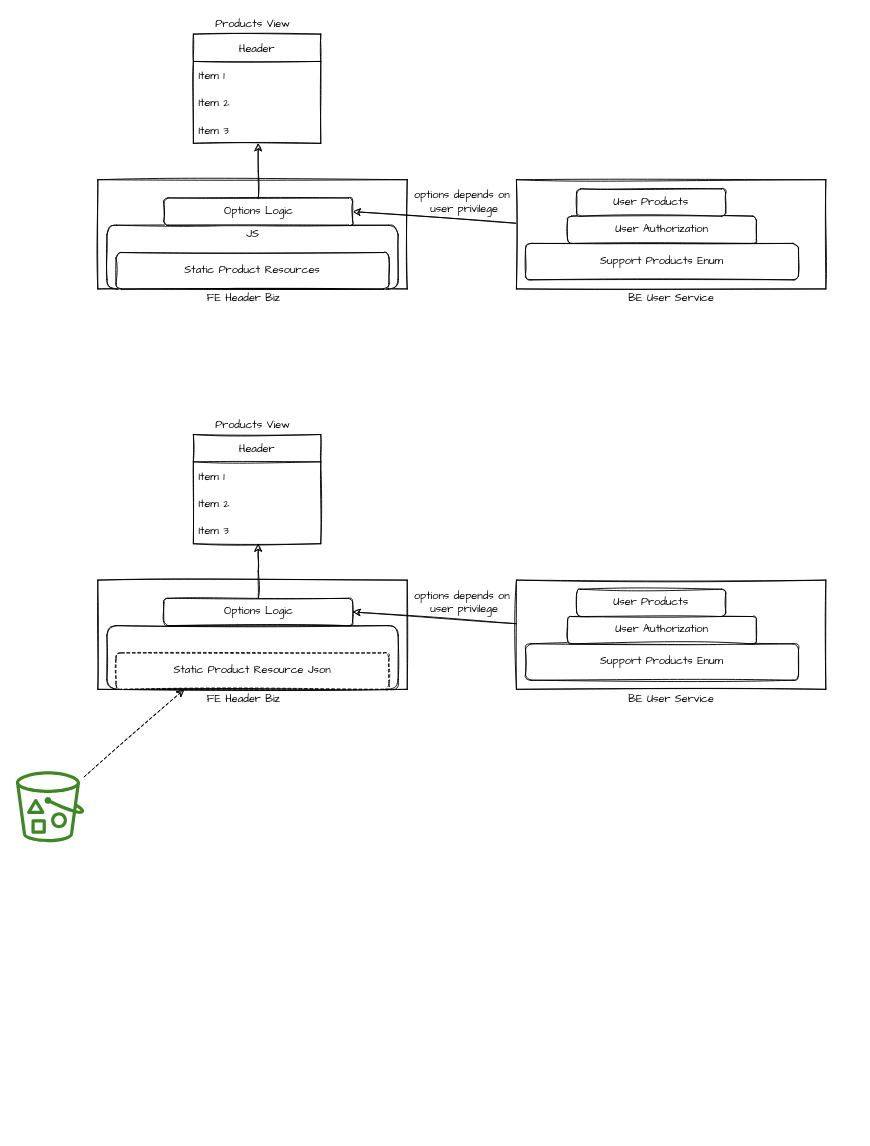
yindongjun/gangzhang.github.io keeps this draw.io diagram as header redesign.drawio. Above is the earlier version. Source tidied: cells renumbered, new cells numbered last; positions are measured from the earlier drawing's top-left corner, leaving out a move shared by most shapes. Both pictures are drawn from the tidied source at 91%, with x=0, y=0 at pixel (15, 15).
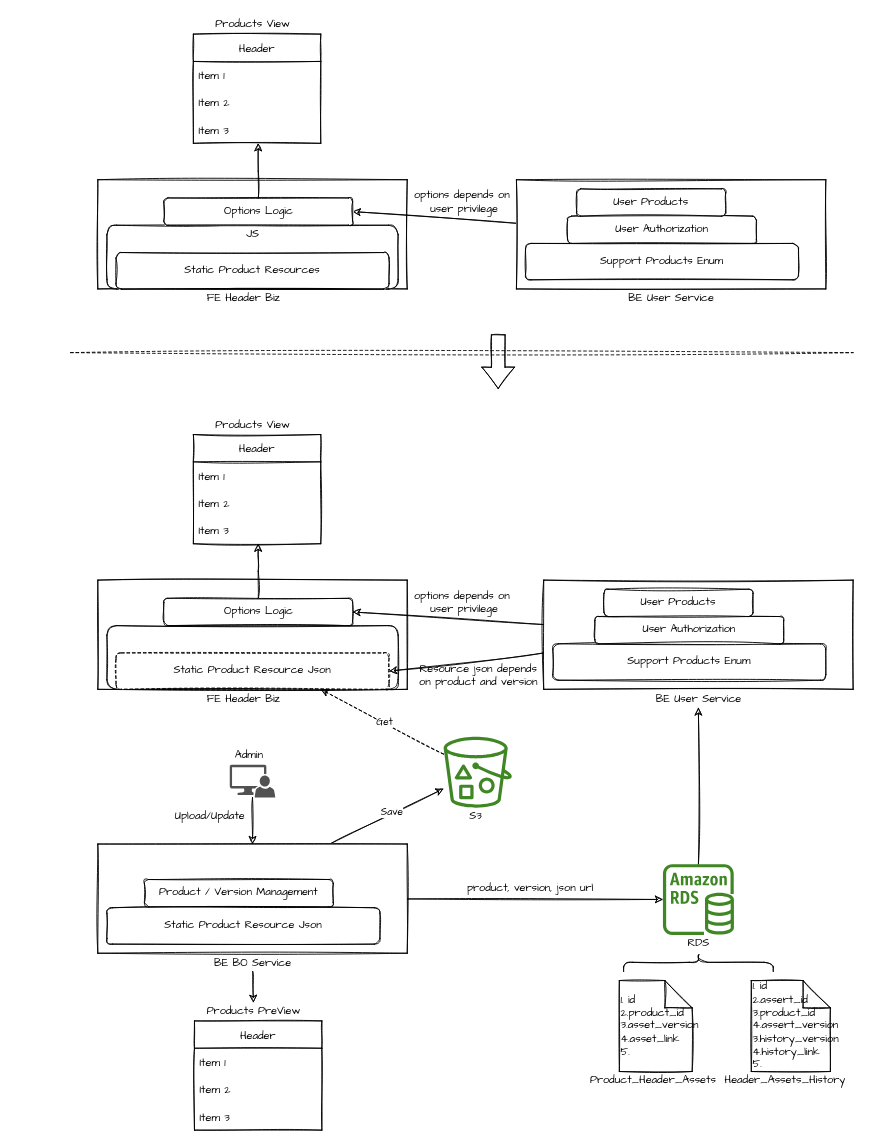
The same page after the edit.

The change refers to these unchanged cells:
```xml
<mxCell id="37" value="Static Product Resource Json" style="rounded=1;whiteSpace=wrap;html=1;sketch=1;fontFamily=Comic Sans MS;dashed=1;" parent="1" vertex="1">
  <mxGeometry x="110" y="700" width="300" height="40" as="geometry" />
</mxCell>
```

What changed in the source:
```diff
@@
+    <mxCell id="41" style="edgeStyle=none;rounded=0;sketch=1;jettySize=auto;html=1;entryX=1;entryY=0.5;entryDx=0;entryDy=0;fontFamily=Comic Sans MS;" parent="1" edge="1" source="24" target="37">
+      <mxGeometry relative="1" as="geometry" />
+    </mxCell>
     <mxCell id="24" style="rounded=0;whiteSpace=wrap;html=1;sketch=1;" parent="1" vertex="1">
-      <mxGeometry x="550" y="620" width="340" height="120" as="geometry" />
+      <mxGeometry x="580" y="620" width="340" height="120" as="geometry" />
     </mxCell>
     <mxCell id="25" value="&lt;font face=&quot;Comic Sans MS&quot;&gt;BE User Service&lt;/font&gt;" style="text;html=1;align=center;verticalAlign=middle;points=[];strokeColor=none;fillColor=none;" parent="1" vertex="1">
-      <mxGeometry x="665" y="740" width="110" height="20" as="geometry" />
+      <mxGeometry x="695" y="740" width="110" height="20" as="geometry" />
     </mxCell>
@@
     <mxCell id="34" value="Support Products Enum" style="rounded=1;whiteSpace=wrap;html=1;sketch=1;fontFamily=Comic Sans MS;" parent="1" vertex="1">
-      <mxGeometry x="560" y="690" width="300" height="40" as="geometry" />
+      <mxGeometry x="590" y="690" width="300" height="40" as="geometry" />
     </mxCell>
     <mxCell id="35" value="User Authorization" style="rounded=1;whiteSpace=wrap;html=1;sketch=1;fontFamily=Comic Sans MS;" parent="1" vertex="1">
-      <mxGeometry x="606.2" y="660" width="207.5" height="30" as="geometry" />
+      <mxGeometry x="636.2" y="660" width="207.5" height="30" as="geometry" />
     </mxCell>
     <mxCell id="36" value="User Products" style="rounded=1;whiteSpace=wrap;html=1;sketch=1;fontFamily=Comic Sans MS;" parent="1" vertex="1">
-      <mxGeometry x="616.2" y="630" width="163.8" height="30" as="geometry" />
+      <mxGeometry x="646.2" y="630" width="163.8" height="30" as="geometry" />
     </mxCell>
@@
-    <mxCell id="39" style="edgeStyle=none;rounded=0;sketch=1;jettySize=auto;html=1;entryX=0.25;entryY=1;entryDx=0;entryDy=0;fontFamily=Comic Sans MS;dashed=1;" parent="1" edge="1" source="40" target="37">
+    <mxCell id="39" style="edgeStyle=none;rounded=0;sketch=1;jettySize=auto;html=1;entryX=0.75;entryY=1;entryDx=0;entryDy=0;fontFamily=Comic Sans MS;dashed=1;" parent="1" edge="1" source="40" target="37">
       <mxGeometry relative="1" as="geometry" />
     </mxCell>
+    <mxCell id="42" value="Get" style="edgeLabel;html=1;align=center;verticalAlign=middle;fontFamily=Comic Sans MS;" parent="39" vertex="1">
+      <mxGeometry x="-0.02" y="-1" relative="1" as="geometry" />
+    </mxCell>
     <mxCell id="40" style="sketch=0;outlineConnect=0;fontColor=#232F3E;gradientColor=none;fillColor=#3F8624;strokeColor=none;dashed=0;verticalLabelPosition=bottom;verticalAlign=top;align=center;html=1;fontSize=12;fontStyle=0;shape=mxgraph.aws4.bucket_with_objects;fontFamily=Comic Sans MS;" parent="1" vertex="1">
-      <mxGeometry y="830" width="75" height="78" as="geometry" />
+      <mxGeometry x="470" y="792" width="75" height="78" as="geometry" />
     </mxCell>
+    <mxCell id="43" value="S3" style="text;html=1;align=center;verticalAlign=middle;strokeColor=none;fillColor=none;fontFamily=Comic Sans MS;" parent="1" vertex="1">
+      <mxGeometry x="490" y="870" width="30" height="20" as="geometry" />
+    </mxCell>
+    <mxCell id="44" style="edgeStyle=none;rounded=0;sketch=1;jettySize=auto;html=1;fontFamily=Comic Sans MS;exitX=0.75;exitY=0;exitDx=0;exitDy=0;" parent="1" edge="1" source="47" target="40">
+      <mxGeometry relative="1" as="geometry" />
+    </mxCell>
+    <mxCell id="45" value="Save" style="edgeLabel;html=1;align=center;verticalAlign=middle;fontFamily=Comic Sans MS;" parent="44" vertex="1">
+      <mxGeometry x="0.1" y="1" relative="1" as="geometry">
+        <mxPoint y="-1" as="offset" />
+      </mxGeometry>
+    </mxCell>
+    <mxCell id="46" style="edgeStyle=none;rounded=0;sketch=1;jettySize=auto;html=1;fontFamily=Comic Sans MS;" parent="1" edge="1" source="47" target="57">
+      <mxGeometry relative="1" as="geometry" />
+    </mxCell>
+    <mxCell id="47" style="rounded=0;whiteSpace=wrap;html=1;sketch=1;" parent="1" vertex="1">
+      <mxGeometry x="90" y="910" width="340" height="120" as="geometry" />
+    </mxCell>
+    <mxCell id="48" style="edgeStyle=none;rounded=0;sketch=1;jettySize=auto;html=1;fontFamily=Comic Sans MS;" parent="1" edge="1" source="49" target="65">
+      <mxGeometry relative="1" as="geometry" />
+    </mxCell>
+    <mxCell id="49" value="&lt;font face=&quot;Comic Sans MS&quot;&gt;BE BO Service&lt;/font&gt;" style="text;html=1;align=center;verticalAlign=middle;points=[];strokeColor=none;fillColor=none;" parent="1" vertex="1">
+      <mxGeometry x="210" y="1030" width="100" height="20" as="geometry" />
+    </mxCell>
+    <mxCell id="50" value="Static Product Resource Json" style="rounded=1;whiteSpace=wrap;html=1;sketch=1;fontFamily=Comic Sans MS;" parent="1" vertex="1">
+      <mxGeometry x="100" y="980" width="300" height="40" as="geometry" />
+    </mxCell>
+    <mxCell id="51" style="edgeStyle=none;rounded=0;sketch=1;jettySize=auto;html=1;fontFamily=Comic Sans MS;" parent="1" edge="1" source="52" target="47">
+      <mxGeometry relative="1" as="geometry" />
+    </mxCell>
+    <mxCell id="52" style="sketch=0;shadow=0;dashed=0;html=1;strokeColor=none;labelPosition=center;verticalLabelPosition=bottom;verticalAlign=top;align=center;fillColor=#515151;shape=mxgraph.mscae.system_center.admin_console;fontFamily=Comic Sans MS;" parent="1" vertex="1">
+      <mxGeometry x="235" y="823" width="50" height="36" as="geometry" />
+    </mxCell>
+    <mxCell id="53" value="Admin" style="text;html=1;align=center;verticalAlign=middle;strokeColor=none;fillColor=none;fontFamily=Comic Sans MS;" parent="1" vertex="1">
+      <mxGeometry x="231" y="803" width="50" height="20" as="geometry" />
+    </mxCell>
+    <mxCell id="54" value="Upload/Update" style="text;html=1;align=center;verticalAlign=middle;strokeColor=none;fillColor=none;fontFamily=Comic Sans MS;" parent="1" vertex="1">
+      <mxGeometry x="162.5" y="870" width="100" height="20" as="geometry" />
+    </mxCell>
+    <mxCell id="55" value="Product / Version Management" style="rounded=1;whiteSpace=wrap;html=1;sketch=1;fontFamily=Comic Sans MS;" parent="1" vertex="1">
+      <mxGeometry x="141.2" y="949" width="207.5" height="30" as="geometry" />
+    </mxCell>
+    <mxCell id="56" style="edgeStyle=none;rounded=0;sketch=1;jettySize=auto;html=1;fontFamily=Comic Sans MS;" parent="1" edge="1" source="57" target="25">
+      <mxGeometry relative="1" as="geometry" />
+    </mxCell>
+    <mxCell id="57" style="sketch=0;outlineConnect=0;fontColor=#232F3E;gradientColor=none;fillColor=#3F8624;strokeColor=none;dashed=0;verticalLabelPosition=bottom;verticalAlign=top;align=center;html=1;fontSize=12;fontStyle=0;shape=mxgraph.aws4.rds_instance;fontFamily=Comic Sans MS;" parent="1" vertex="1">
+      <mxGeometry x="711" y="932" width="78" height="78" as="geometry" />
+    </mxCell>
+    <mxCell id="58" value="RDS" style="text;html=1;align=center;verticalAlign=middle;strokeColor=none;fillColor=none;fontFamily=Comic Sans MS;" parent="1" vertex="1">
+      <mxGeometry x="730" y="1010" width="40" height="20" as="geometry" />
+    </mxCell>
+    <mxCell id="59" value="product, version, json url" style="text;html=1;align=center;verticalAlign=middle;strokeColor=none;fillColor=none;fontFamily=Comic Sans MS;" parent="1" vertex="1">
+      <mxGeometry x="485" y="949" width="160" height="20" as="geometry" />
+    </mxCell>
+    <mxCell id="60" value="Resource json depends &lt;br&gt;on product and version" style="text;html=1;align=center;verticalAlign=middle;strokeColor=none;fillColor=none;fontFamily=Comic Sans MS;" parent="1" vertex="1">
+      <mxGeometry x="437.5" y="710" width="140" height="30" as="geometry" />
+    </mxCell>
+    <mxCell id="61" value="Header" style="swimlane;fontStyle=0;horizontal=1;startSize=30;sketch=1;fontFamily=Comic Sans MS;" parent="1" vertex="1">
+      <mxGeometry x="196.2" y="1104.4" width="140" height="120" as="geometry" />
+    </mxCell>
+    <mxCell id="62" value="Item 1" style="text;strokeColor=none;fillColor=none;align=left;verticalAlign=middle;spacingLeft=4;spacingRight=4;overflow=hidden;sketch=1;fontFamily=Comic Sans MS;" parent="61" vertex="1">
+      <mxGeometry y="30" width="140" height="30" as="geometry" />
+    </mxCell>
+    <mxCell id="63" value="Item 2" style="text;strokeColor=none;fillColor=none;align=left;verticalAlign=middle;spacingLeft=4;spacingRight=4;overflow=hidden;sketch=1;fontFamily=Comic Sans MS;" parent="61" vertex="1">
+      <mxGeometry y="60" width="140" height="30" as="geometry" />
+    </mxCell>
+    <mxCell id="64" value="Item 3" style="text;strokeColor=none;fillColor=none;align=left;verticalAlign=middle;spacingLeft=4;spacingRight=4;overflow=hidden;sketch=1;fontFamily=Comic Sans MS;" parent="61" vertex="1">
+      <mxGeometry y="90" width="140" height="30" as="geometry" />
+    </mxCell>
+    <mxCell id="65" value="Products PreView" style="text;html=1;align=center;verticalAlign=middle;points=[];strokeColor=none;fillColor=none;fontFamily=Comic Sans MS;" parent="1" vertex="1">
+      <mxGeometry x="206.2" y="1084.4" width="110" height="20" as="geometry" />
+    </mxCell>
+    <mxCell id="66" style="endArrow=none;dashed=1;html=1;rounded=0;sketch=1;fontFamily=Comic Sans MS;exitX=0;exitY=1;exitDx=0;exitDy=0;entryX=1;entryY=1;entryDx=0;entryDy=0;" parent="1" edge="1">
+      <mxGeometry relative="1" as="geometry">
+        <mxPoint x="60" y="370" as="sourcePoint" />
+        <mxPoint x="920" y="370" as="targetPoint" />
+      </mxGeometry>
+    </mxCell>
+    <mxCell id="67" style="shape=flexArrow;endArrow=classic;html=1;rounded=0;sketch=1;fontFamily=Comic Sans MS;width=15;endSize=7.5;" parent="1" edge="1">
+      <mxGeometry relative="1" as="geometry">
+        <mxPoint x="530" y="350" as="sourcePoint" />
+        <mxPoint x="530" y="410" as="targetPoint" />
+      </mxGeometry>
+    </mxCell>
+    <mxCell id="68" style="shape=curlyBracket;whiteSpace=wrap;html=1;rounded=1;sketch=1;fillStyle=auto;fontFamily=Comic Sans MS;strokeColor=default;fillColor=none;rotation=90;" parent="1" vertex="1">
+      <mxGeometry x="740" y="957.8" width="20" height="164.4" as="geometry" />
+    </mxCell>
+    <mxCell id="69" value="1. id&lt;br&gt;2.product_id&lt;br&gt;3.asset_version&lt;br&gt;4.asset_link&lt;br&gt;5." style="shape=note;whiteSpace=wrap;html=1;backgroundOutline=1;darkOpacity=0.05;rounded=0;sketch=1;fillStyle=auto;fontFamily=Comic Sans MS;strokeColor=default;fillColor=none;align=left;" parent="1" vertex="1">
+      <mxGeometry x="663.1" y="1060" width="80" height="100" as="geometry" />
+    </mxCell>
+    <mxCell id="70" value="Product_Header_Assets" style="text;html=1;align=center;verticalAlign=middle;strokeColor=none;fillColor=none;fontFamily=Comic Sans MS;" parent="1" vertex="1">
+      <mxGeometry x="625" y="1160" width="150" height="20" as="geometry" />
+    </mxCell>
+    <mxCell id="71" value="1. id&lt;br&gt;2.assert_id&lt;br&gt;3.product_id&lt;br&gt;4.assert_version&lt;br&gt;3.history_version&lt;br&gt;4.history_link&lt;br&gt;5." style="shape=note;whiteSpace=wrap;html=1;backgroundOutline=1;darkOpacity=0.05;rounded=0;sketch=1;fillStyle=auto;fontFamily=Comic Sans MS;strokeColor=default;fillColor=none;align=left;" parent="1" vertex="1">
+      <mxGeometry x="808.1" y="1060" width="86.9" height="100" as="geometry" />
+    </mxCell>
+    <mxCell id="72" value="Header_Assets_History" style="text;html=1;align=center;verticalAlign=middle;strokeColor=none;fillColor=none;fontFamily=Comic Sans MS;" parent="1" vertex="1">
+      <mxGeometry x="770" y="1160" width="150" height="20" as="geometry" />
+    </mxCell>
```
